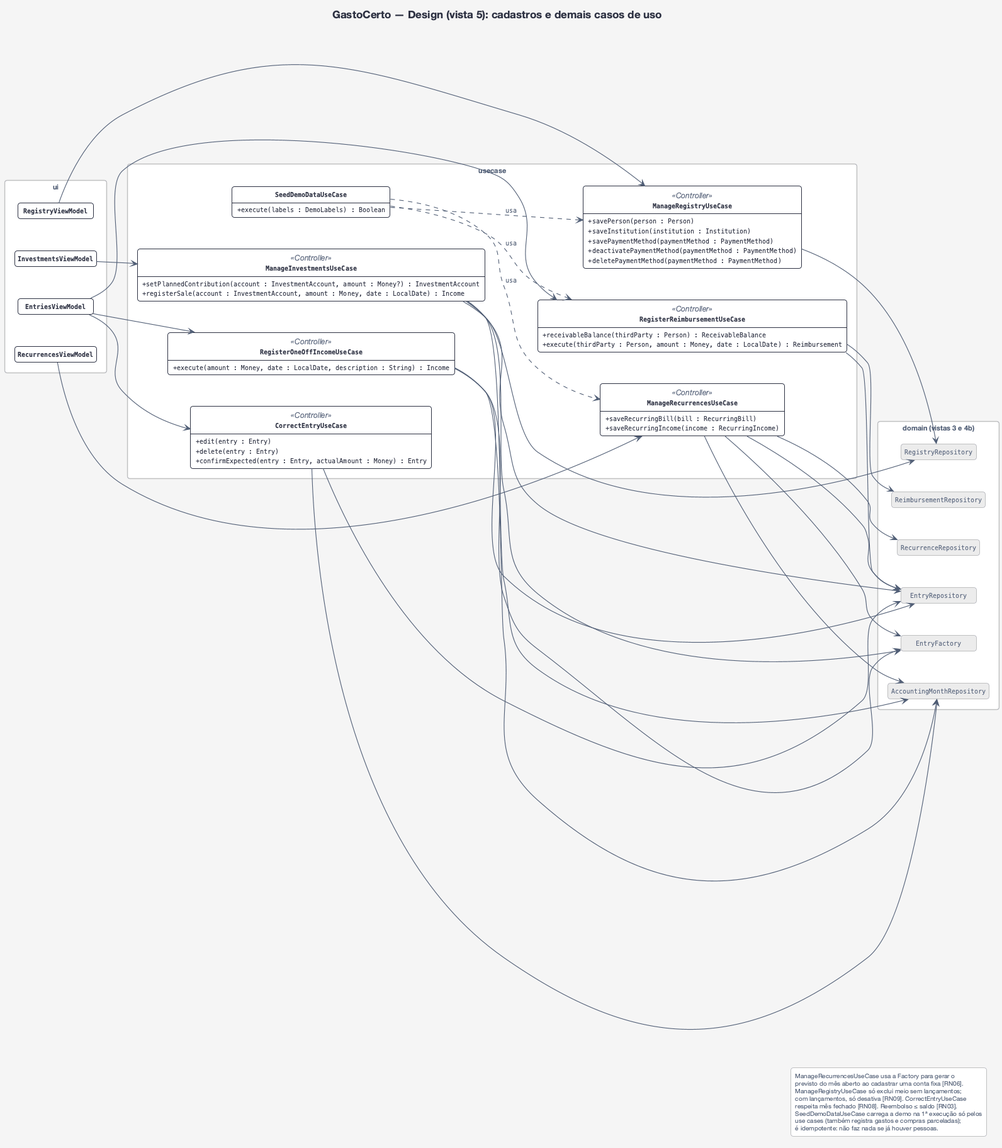
This is docs/uml/design-5-cadastros.png from gabrielfbarbosa/gasto-certo, a PlantUML export, as it was before one commit.
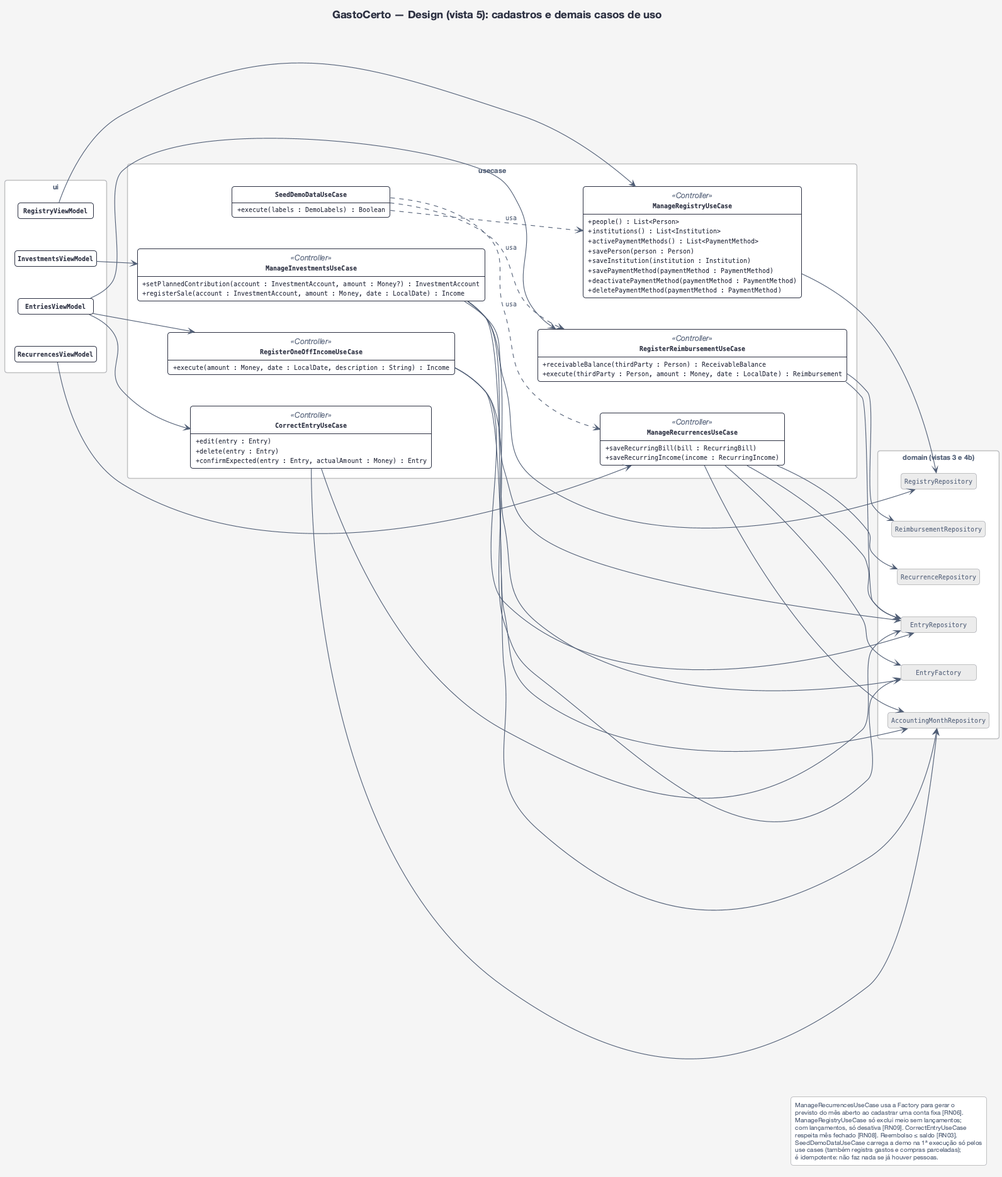
The same file after the commit.

What changed in the source:
```diff
@@ -16,6 +16,9 @@
 }
 package "usecase" {
   class ManageRegistryUseCase <<Controller>> {
+    + people() : List<Person>
+    + institutions() : List<Institution>
+    + activePaymentMethods() : List<PaymentMethod>
     + savePerson(person : Person)
     + saveInstitution(institution : Institution)
     + savePaymentMethod(paymentMethod : PaymentMethod)
```
